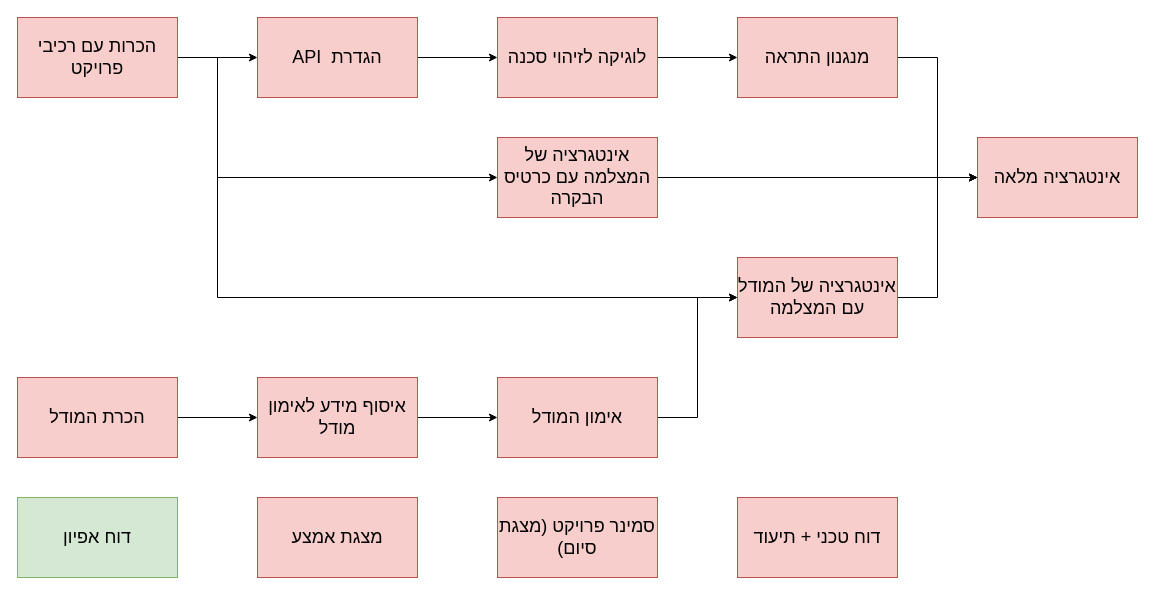
RonBulka/bicycle_mobileye keeps this draw.io diagram as docs/project_diagram.drawio. Above is the earlier version. Source tidied: cells renumbered, new cells numbered last; positions are measured from the earlier drawing's top-left corner, leaving out a move shared by most shapes. Both pictures are drawn from the tidied source at 100%, with x=0, y=0 at pixel (17, 17).
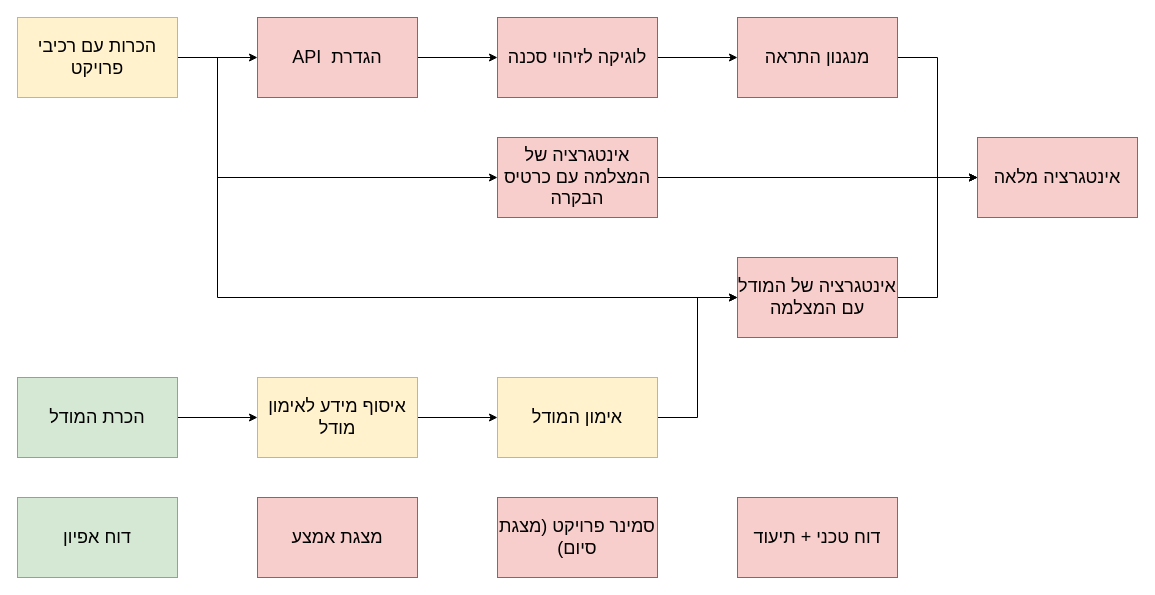
After the change.

Diff of the diagram source:
```diff
@@
-    <mxCell id="5" value="&lt;span style=&quot;font-size: 18px;&quot;&gt;הכרות עם רכיבי פרויקט&lt;/span&gt;" style="rounded=0;whiteSpace=wrap;html=1;fillColor=#f8cecc;strokeColor=#b85450;" parent="1" vertex="1">
+    <mxCell id="5" value="&lt;span style=&quot;font-size: 18px;&quot;&gt;הכרות עם רכיבי פרויקט&lt;/span&gt;" style="rounded=0;whiteSpace=wrap;html=1;fillColor=#fff2cc;strokeColor=#d6b656;" parent="1" vertex="1">
       <mxGeometry width="160" height="80" as="geometry" />
     </mxCell>
@@
-    <mxCell id="9" value="&lt;span style=&quot;font-size: 18px;&quot;&gt;הכרת המודל&lt;/span&gt;" style="rounded=0;whiteSpace=wrap;html=1;fillColor=#f8cecc;strokeColor=#b85450;" parent="1" vertex="1">
+    <mxCell id="9" value="&lt;span style=&quot;font-size: 18px;&quot;&gt;הכרת המודל&lt;/span&gt;" style="rounded=0;whiteSpace=wrap;html=1;fillColor=#d5e8d4;strokeColor=#82b366;" parent="1" vertex="1">
       <mxGeometry y="360" width="160" height="80" as="geometry" />
     </mxCell>
@@
-    <mxCell id="11" value="&lt;span style=&quot;font-size: 18px;&quot;&gt;איסוף מידע לאימון מודל&lt;/span&gt;" style="rounded=0;whiteSpace=wrap;html=1;fillColor=#f8cecc;strokeColor=#b85450;" parent="1" vertex="1">
+    <mxCell id="11" value="&lt;span style=&quot;font-size: 18px;&quot;&gt;איסוף מידע לאימון מודל&lt;/span&gt;" style="rounded=0;whiteSpace=wrap;html=1;fillColor=#fff2cc;strokeColor=#d6b656;" parent="1" vertex="1">
       <mxGeometry x="240" y="360" width="160" height="80" as="geometry" />
     </mxCell>
@@
-    <mxCell id="16" value="&lt;span style=&quot;font-size: 18px;&quot;&gt;אימון המודל&lt;/span&gt;" style="rounded=0;whiteSpace=wrap;html=1;fillColor=#f8cecc;strokeColor=#b85450;" parent="1" vertex="1">
+    <mxCell id="16" value="&lt;span style=&quot;font-size: 18px;&quot;&gt;אימון המודל&lt;/span&gt;" style="rounded=0;whiteSpace=wrap;html=1;fillColor=#fff2cc;strokeColor=#d6b656;" parent="1" vertex="1">
       <mxGeometry x="480" y="360" width="160" height="80" as="geometry" />
     </mxCell>
```
